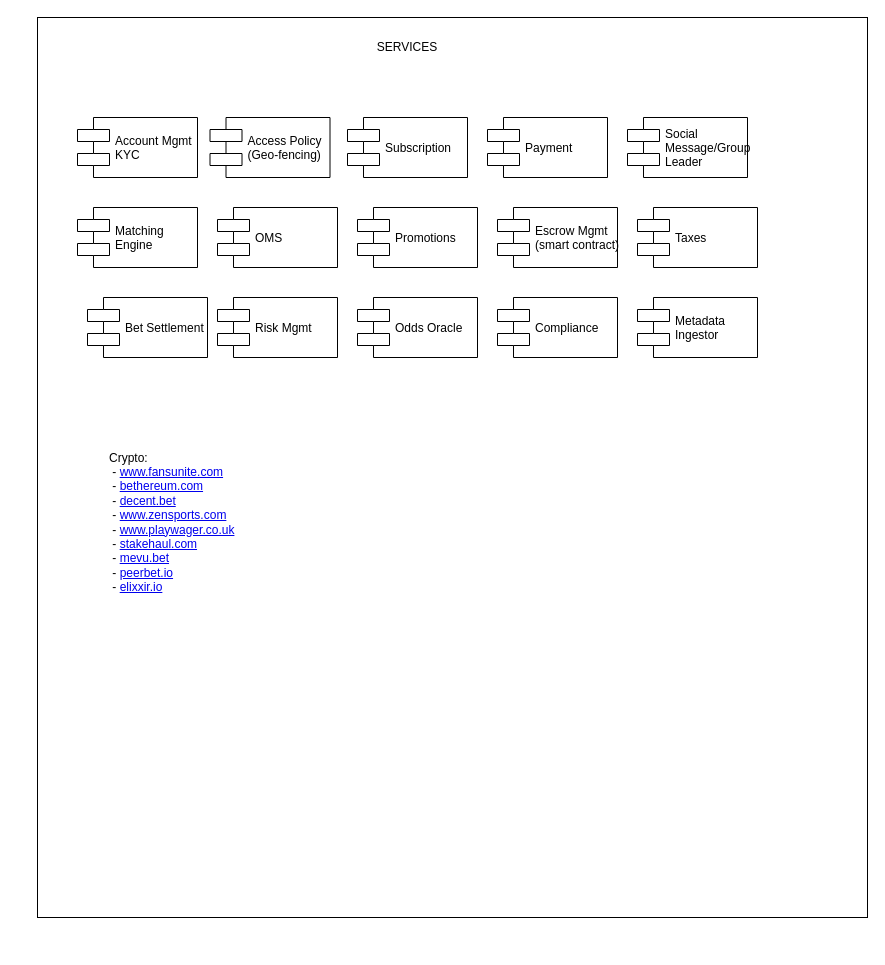
Above: page "Page-5" (5 of 5) of ZA.drawio in bhatti/Aeron (draw.io), before the change. Source tidied: cells renumbered, new cells numbered last; positions are measured from the earlier drawing's top-left corner, leaving out a move shared by most shapes. Both pictures are drawn from the tidied source at 100%, with x=0, y=0 at pixel (37, 17).
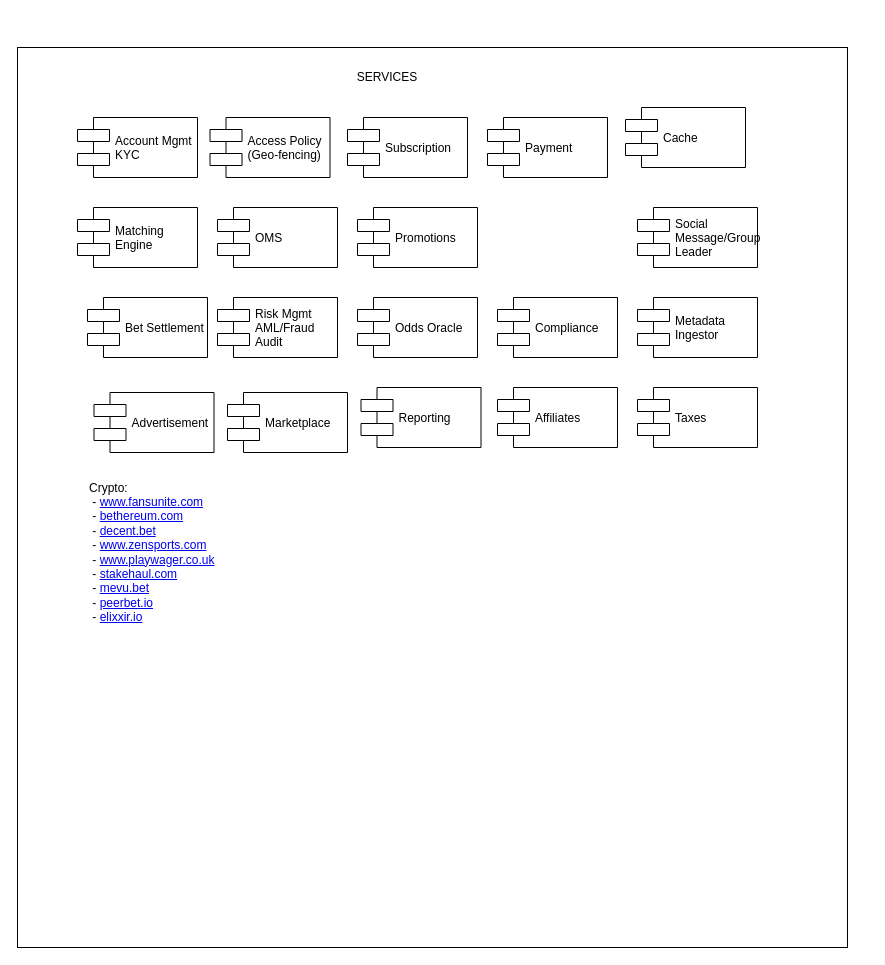
The same page after the edit.

What changed in the source:
```diff
@@
     <mxCell id="2" style="rounded=0;whiteSpace=wrap;html=1;" parent="1" vertex="1">
-      <mxGeometry width="830" height="900" as="geometry" />
+      <mxGeometry x="-20" y="30" width="830" height="900" as="geometry" />
     </mxCell>
     <mxCell id="3" value="SERVICES" style="text;html=1;strokeColor=none;fillColor=none;align=center;verticalAlign=middle;whiteSpace=wrap;rounded=0;" parent="1" vertex="1">
-      <mxGeometry x="310" y="20" width="120" height="20" as="geometry" />
+      <mxGeometry x="290" y="50" width="120" height="20" as="geometry" />
     </mxCell>
+    <mxCell id="19" value="Crypto:&lt;br&gt;&amp;nbsp;-&amp;nbsp;&lt;a href=&quot;https://www.fansunite.com/&quot;&gt;www.fansunite.com&lt;/a&gt;&lt;br&gt;&amp;nbsp;-&amp;nbsp;&lt;a href=&quot;https://bethereum.com/&quot;&gt;bethereum.com&lt;/a&gt;&lt;br&gt;&amp;nbsp;-&amp;nbsp;&lt;a href=&quot;https://decent.bet/&quot;&gt;decent.bet&lt;/a&gt;&lt;br&gt;&amp;nbsp;-&amp;nbsp;&lt;a href=&quot;https://www.zensports.com/&quot;&gt;www.zensports.com&lt;/a&gt;&lt;br&gt;&amp;nbsp;-&amp;nbsp;&lt;a href=&quot;https://www.playwager.co.uk/&quot;&gt;www.playwager.co.uk&lt;/a&gt;&lt;br&gt;&amp;nbsp;-&amp;nbsp;&lt;a href=&quot;https://stakehaul.com/&quot;&gt;stakehaul.com&lt;/a&gt;&lt;br&gt;&amp;nbsp;-&amp;nbsp;&lt;a href=&quot;https://mevu.bet/&quot;&gt;mevu.bet&lt;/a&gt;&lt;br&gt;&amp;nbsp;-&amp;nbsp;&lt;a href=&quot;https://peerbet.io/&quot;&gt;peerbet.io&lt;/a&gt;&lt;br&gt;&amp;nbsp;-&amp;nbsp;&lt;a href=&quot;https://elixxir.io/&quot;&gt;elixxir.io&lt;/a&gt;&lt;br&gt;" style="text;html=1;strokeColor=none;fillColor=none;align=left;verticalAlign=middle;whiteSpace=wrap;rounded=0;" parent="1" vertex="1">
+      <mxGeometry x="50" y="450" width="200" height="170" as="geometry" />
+    </mxCell>
@@
     <mxCell id="7" value="Social&#10;Message/Group&#10;Leader" style="shape=component;align=left;spacingLeft=36;" parent="1" vertex="1">
-      <mxGeometry x="590" y="100" width="120" height="60" as="geometry" />
+      <mxGeometry x="600" y="190" width="120" height="60" as="geometry" />
     </mxCell>
@@
-    <mxCell id="12" value="Escrow Mgmt&#10;(smart contract)" style="shape=component;align=left;spacingLeft=36;" parent="1" vertex="1">
-      <mxGeometry x="460" y="190" width="120" height="60" as="geometry" />
-    </mxCell>
     <mxCell id="13" value="Taxes" style="shape=component;align=left;spacingLeft=36;" parent="1" vertex="1">
-      <mxGeometry x="600" y="190" width="120" height="60" as="geometry" />
+      <mxGeometry x="600" y="370" width="120" height="60" as="geometry" />
     </mxCell>
@@
-    <mxCell id="15" value="Risk Mgmt" style="shape=component;align=left;spacingLeft=36;" parent="1" vertex="1">
-      <mxGeometry x="180" y="280" width="120" height="60" as="geometry" />
-    </mxCell>
+    <mxCell id="20" value="Risk Mgmt&#10;AML/Fraud&#10;Audit" style="shape=component;align=left;spacingLeft=36;" parent="1" vertex="1">
+      <mxGeometry x="180" y="280" width="120" height="60" as="geometry" />
+    </mxCell>
@@
-    <mxCell id="19" value="Crypto:&lt;br&gt;&amp;nbsp;-&amp;nbsp;&lt;a href=&quot;https://www.fansunite.com/&quot;&gt;www.fansunite.com&lt;/a&gt;&lt;br&gt;&amp;nbsp;-&amp;nbsp;&lt;a href=&quot;https://bethereum.com/&quot;&gt;bethereum.com&lt;/a&gt;&lt;br&gt;&amp;nbsp;-&amp;nbsp;&lt;a href=&quot;https://decent.bet/&quot;&gt;decent.bet&lt;/a&gt;&lt;br&gt;&amp;nbsp;-&amp;nbsp;&lt;a href=&quot;https://www.zensports.com/&quot;&gt;www.zensports.com&lt;/a&gt;&lt;br&gt;&amp;nbsp;-&amp;nbsp;&lt;a href=&quot;https://www.playwager.co.uk/&quot;&gt;www.playwager.co.uk&lt;/a&gt;&lt;br&gt;&amp;nbsp;-&amp;nbsp;&lt;a href=&quot;https://stakehaul.com/&quot;&gt;stakehaul.com&lt;/a&gt;&lt;br&gt;&amp;nbsp;-&amp;nbsp;&lt;a href=&quot;https://mevu.bet/&quot;&gt;mevu.bet&lt;/a&gt;&lt;br&gt;&amp;nbsp;-&amp;nbsp;&lt;a href=&quot;https://peerbet.io/&quot;&gt;peerbet.io&lt;/a&gt;&lt;br&gt;&amp;nbsp;-&amp;nbsp;&lt;a href=&quot;https://elixxir.io/&quot;&gt;elixxir.io&lt;/a&gt;&lt;br&gt;" style="text;html=1;strokeColor=none;fillColor=none;align=left;verticalAlign=middle;whiteSpace=wrap;rounded=0;" parent="1" vertex="1">
-      <mxGeometry x="70" y="420" width="200" height="170" as="geometry" />
-    </mxCell>
+    <mxCell id="21" value="Advertisement" style="shape=component;align=left;spacingLeft=36;" parent="1" vertex="1">
+      <mxGeometry x="56.5" y="375" width="120" height="60" as="geometry" />
+    </mxCell>
+    <mxCell id="22" value="Marketplace" style="shape=component;align=left;spacingLeft=36;" parent="1" vertex="1">
+      <mxGeometry x="190" y="375" width="120" height="60" as="geometry" />
+    </mxCell>
+    <mxCell id="23" value="Reporting" style="shape=component;align=left;spacingLeft=36;" parent="1" vertex="1">
+      <mxGeometry x="323.5" y="370" width="120" height="60" as="geometry" />
+    </mxCell>
+    <mxCell id="24" value="Affiliates" style="shape=component;align=left;spacingLeft=36;" parent="1" vertex="1">
+      <mxGeometry x="460" y="370" width="120" height="60" as="geometry" />
+    </mxCell>
+    <mxCell id="25" value="Cache" style="shape=component;align=left;spacingLeft=36;" parent="1" vertex="1">
+      <mxGeometry x="588" y="90" width="120" height="60" as="geometry" />
+    </mxCell>
```
